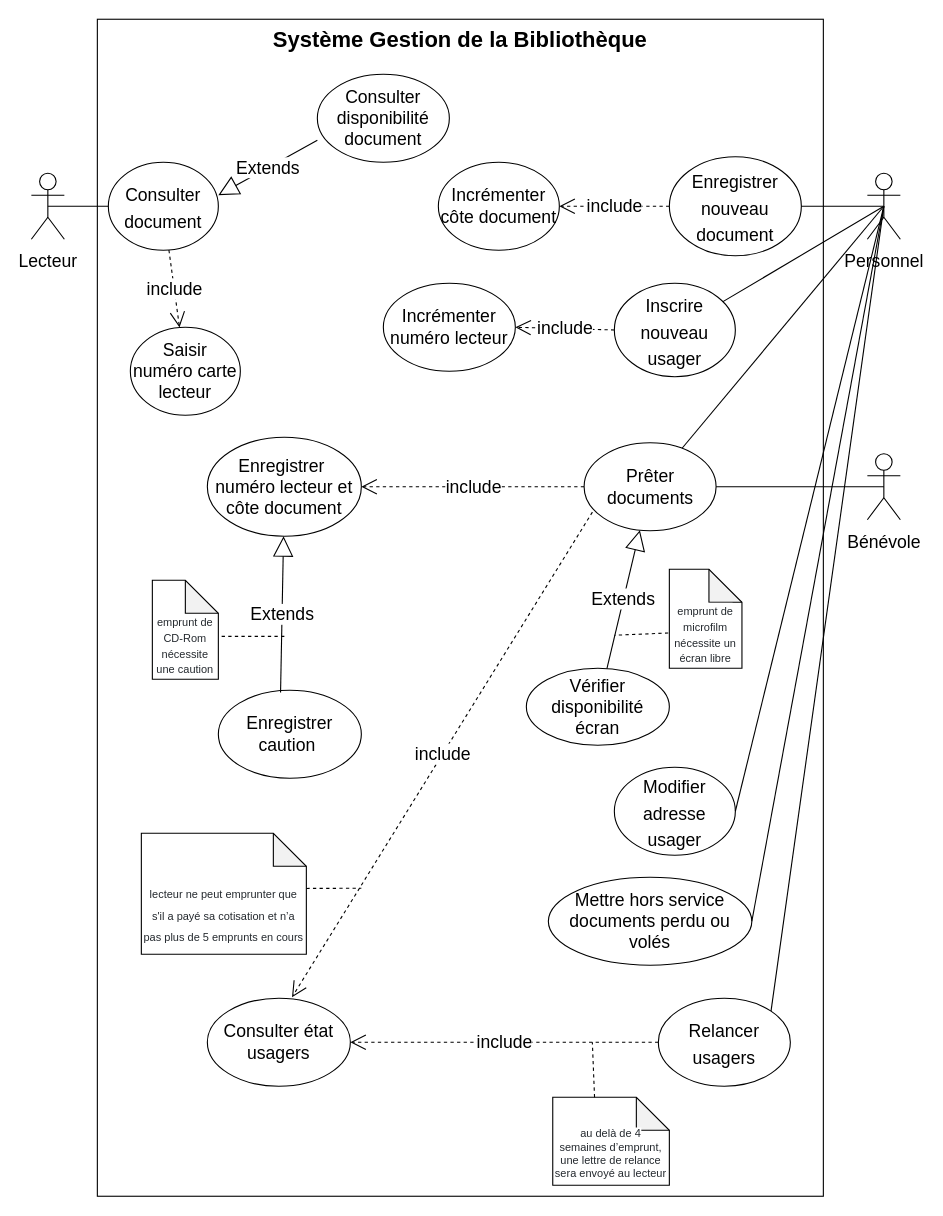
Above: Développer des composants d'interface/Maquetter une application/UML partie 1/Phase 2 - Diagramme cas d'utilisation/Gestion Bibliothèque_Diagramme cas d'utilisation.drawio in Nijat-Majidli/CDA_21188 (draw.io), before the change. Source tidied: cells renumbered, new cells numbered last; positions are measured from the earlier drawing's top-left corner, leaving out a move shared by most shapes. Both pictures are drawn from the tidied source at 110%, with x=0, y=0 at pixel (31, 19).
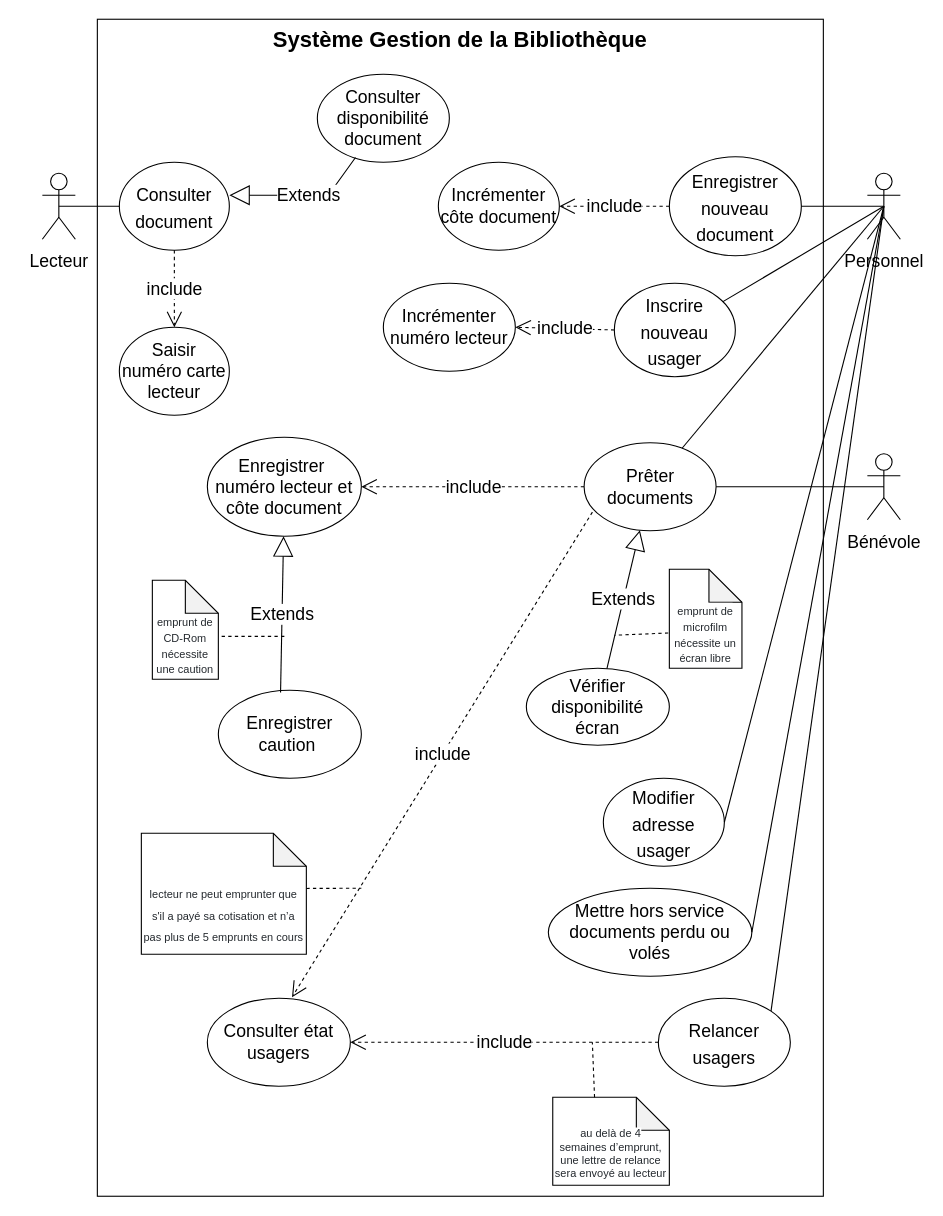
The same diagram, later.

Unchanged cells that the change refers to:
```xml
<mxCell id="44" value="Consulter disponibilité document" style="ellipse;whiteSpace=wrap;html=1;fontFamily=Helvetica;fontSize=16;" parent="1" vertex="1">
  <mxGeometry x="260" y="50" width="120" height="80" as="geometry" />
</mxCell>
```

The edit, as a diff of the source:
```diff
@@
     <mxCell id="3" value="&lt;font style=&quot;font-size: 16px&quot;&gt;Lecteur&lt;/font&gt;" style="shape=umlActor;verticalLabelPosition=bottom;verticalAlign=top;html=1;outlineConnect=0;fontSize=20;" parent="1" vertex="1">
-      <mxGeometry y="140" width="30" height="60" as="geometry" />
+      <mxGeometry x="10" y="140" width="30" height="60" as="geometry" />
     </mxCell>
@@
     <mxCell id="6" value="&lt;font style=&quot;font-size: 16px&quot;&gt;Consulter document&lt;/font&gt;" style="ellipse;whiteSpace=wrap;html=1;fontSize=20;" parent="1" vertex="1">
-      <mxGeometry x="70" y="130" width="100" height="80" as="geometry" />
+      <mxGeometry x="80" y="130" width="100" height="80" as="geometry" />
     </mxCell>
@@
     <mxCell id="9" value="&lt;font style=&quot;font-size: 16px&quot;&gt;Modifier adresse usager&lt;/font&gt;" style="ellipse;whiteSpace=wrap;html=1;fontSize=20;" parent="1" vertex="1">
-      <mxGeometry x="530" y="680" width="110" height="80" as="geometry" />
+      <mxGeometry x="520" y="690" width="110" height="80" as="geometry" />
     </mxCell>
@@
     <mxCell id="16" value="Mettre hors service documents perdu ou volés" style="ellipse;whiteSpace=wrap;html=1;fontSize=16;" parent="1" vertex="1">
-      <mxGeometry x="470" y="780" width="185" height="80" as="geometry" />
+      <mxGeometry x="470" y="790" width="185" height="80" as="geometry" />
     </mxCell>
@@
     <mxCell id="42" value="&lt;font style=&quot;font-size: 16px&quot;&gt;Saisir numéro carte lecteur&lt;/font&gt;" style="ellipse;whiteSpace=wrap;html=1;fontFamily=Helvetica;fontSize=10;" parent="1" vertex="1">
-      <mxGeometry x="90" y="280" width="100" height="80" as="geometry" />
+      <mxGeometry x="80" y="280" width="100" height="80" as="geometry" />
     </mxCell>
@@
-    <mxCell id="45" value="Extends" style="endArrow=block;endSize=16;endFill=0;html=1;rounded=0;fontFamily=Helvetica;fontSize=16;entryX=1;entryY=0.375;entryDx=0;entryDy=0;entryPerimeter=0;exitX=0;exitY=0.75;exitDx=0;exitDy=0;exitPerimeter=0;" parent="1" edge="1" source="44" target="6">
-      <mxGeometry relative="1" as="geometry" />
+    <mxCell id="45" value="Extends" style="endArrow=block;endSize=16;endFill=0;html=1;rounded=0;fontFamily=Helvetica;fontSize=16;entryX=1;entryY=0.375;entryDx=0;entryDy=0;entryPerimeter=0;exitX=0.289;exitY=0.946;exitDx=0;exitDy=0;exitPerimeter=0;" parent="1" edge="1" source="44" target="6">
+      <mxGeometry x="-0.09" relative="1" as="geometry">
+        <Array as="points">
+          <mxPoint x="270" y="160" />
+        </Array>
+      </mxGeometry>
     </mxCell>
```
